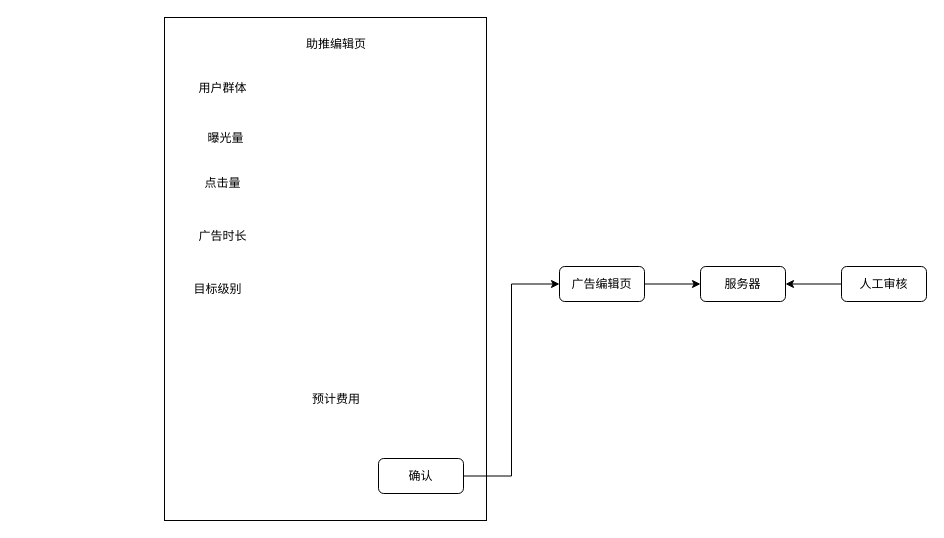
This is page "Page-2" (2 of 11) of 第三方广告.drawio from cangwang/news, a draw.io file, before an edit. Source tidied: cells renumbered, new cells numbered last; positions are measured from the earlier drawing's top-left corner, leaving out a move shared by most shapes. Both pictures are drawn from the tidied source at 100%, with x=0, y=0 at pixel (164, 17).
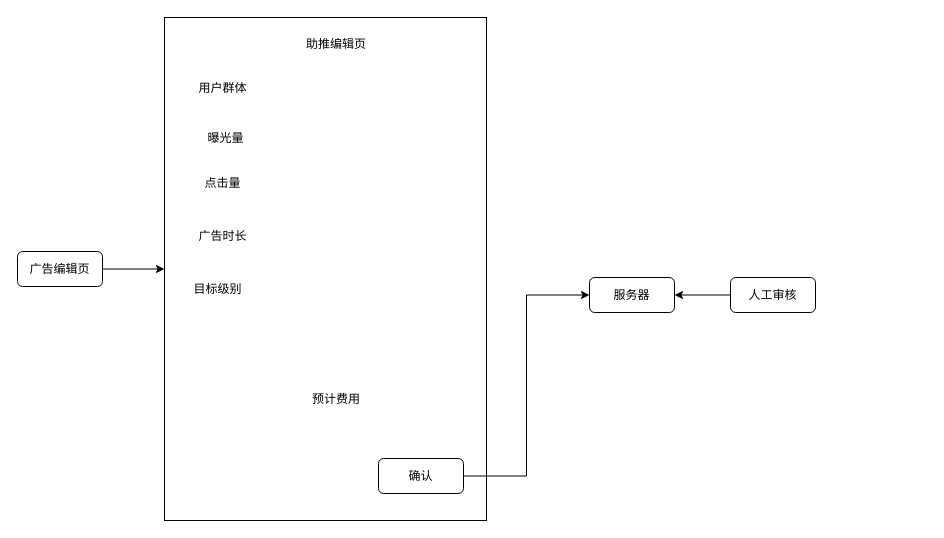
After the change.

The edit, as a diff of the source:
```diff
@@
 <mxGraphModel>
   <root>
     <mxCell id="0" />
     <mxCell id="1" parent="0" />
     <mxCell id="2" style="rounded=0;whiteSpace=wrap;html=1;" parent="1" vertex="1">
       <mxGeometry width="322" height="503" as="geometry" />
     </mxCell>
     <mxCell id="3" value="用户群体" style="text;html=1;strokeColor=none;fillColor=none;align=center;verticalAlign=middle;whiteSpace=wrap;rounded=0;" parent="1" vertex="1">
       <mxGeometry x="24" y="61" width="69" height="20" as="geometry" />
     </mxCell>
     <mxCell id="4" value="助推编辑页" style="text;html=1;strokeColor=none;fillColor=none;align=center;verticalAlign=middle;whiteSpace=wrap;rounded=0;" parent="1" vertex="1">
       <mxGeometry x="130" y="17" width="84" height="20" as="geometry" />
     </mxCell>
     <mxCell id="5" value="曝光量" style="text;html=1;strokeColor=none;fillColor=none;align=center;verticalAlign=middle;whiteSpace=wrap;rounded=0;" parent="1" vertex="1">
       <mxGeometry x="27" y="111" width="69" height="20" as="geometry" />
     </mxCell>
     <mxCell id="6" value="点击量" style="text;html=1;strokeColor=none;fillColor=none;align=center;verticalAlign=middle;whiteSpace=wrap;rounded=0;" parent="1" vertex="1">
       <mxGeometry x="24" y="156" width="69" height="20" as="geometry" />
     </mxCell>
     <mxCell id="7" value="广告时长" style="text;html=1;strokeColor=none;fillColor=none;align=center;verticalAlign=middle;whiteSpace=wrap;rounded=0;" parent="1" vertex="1">
       <mxGeometry x="24" y="209" width="69" height="20" as="geometry" />
     </mxCell>
     <mxCell id="8" value="目标级别" style="text;html=1;strokeColor=none;fillColor=none;align=center;verticalAlign=middle;whiteSpace=wrap;rounded=0;" parent="1" vertex="1">
       <mxGeometry x="19" y="262" width="69" height="20" as="geometry" />
     </mxCell>
-    <mxCell id="9" style="edgeStyle=orthogonalEdgeStyle;rounded=0;jettySize=auto;html=1;exitX=1;exitY=0.5;exitDx=0;exitDy=0;entryX=0;entryY=0.5;entryDx=0;entryDy=0;" parent="1" edge="1" source="10" target="16">
-      <mxGeometry relative="1" as="geometry" />
-    </mxCell>
+    <mxCell id="17" style="edgeStyle=orthogonalEdgeStyle;rounded=0;jettySize=auto;html=1;exitX=1;exitY=0.5;exitDx=0;exitDy=0;entryX=0;entryY=0.5;entryDx=0;entryDy=0;" parent="1" edge="1" source="10" target="11">
+      <mxGeometry relative="1" as="geometry" />
+    </mxCell>
     <mxCell id="10" value="确认" style="rounded=1;whiteSpace=wrap;html=1;" parent="1" vertex="1">
       <mxGeometry x="214" y="441" width="85" height="35" as="geometry" />
     </mxCell>
     <mxCell id="11" value="服务器" style="rounded=1;whiteSpace=wrap;html=1;" parent="1" vertex="1">
-      <mxGeometry x="536" y="249" width="85" height="35" as="geometry" />
+      <mxGeometry x="425" y="260" width="85" height="35" as="geometry" />
     </mxCell>
     <mxCell id="12" style="edgeStyle=orthogonalEdgeStyle;rounded=0;jettySize=auto;html=1;exitX=0;exitY=0.5;exitDx=0;exitDy=0;" parent="1" edge="1" source="13" target="11">
       <mxGeometry relative="1" as="geometry" />
     </mxCell>
     <mxCell id="13" value="人工审核" style="rounded=1;whiteSpace=wrap;html=1;" parent="1" vertex="1">
-      <mxGeometry x="677" y="249" width="85" height="35" as="geometry" />
+      <mxGeometry x="566" y="260" width="85" height="35" as="geometry" />
     </mxCell>
     <mxCell id="14" value="预计费用" style="text;html=1;strokeColor=none;fillColor=none;align=center;verticalAlign=middle;whiteSpace=wrap;rounded=0;" parent="1" vertex="1">
       <mxGeometry x="134" y="372" width="76" height="20" as="geometry" />
     </mxCell>
-    <mxCell id="15" style="edgeStyle=orthogonalEdgeStyle;rounded=0;jettySize=auto;html=1;exitX=1;exitY=0.5;exitDx=0;exitDy=0;" parent="1" edge="1" source="16" target="11">
-      <mxGeometry relative="1" as="geometry" />
-    </mxCell>
+    <mxCell id="18" style="edgeStyle=orthogonalEdgeStyle;rounded=0;jettySize=auto;html=1;exitX=1;exitY=0.5;exitDx=0;exitDy=0;" parent="1" edge="1" source="16" target="2">
+      <mxGeometry relative="1" as="geometry" />
+    </mxCell>
     <mxCell id="16" value="广告编辑页" style="rounded=1;whiteSpace=wrap;html=1;" parent="1" vertex="1">
-      <mxGeometry x="395" y="249" width="85" height="35" as="geometry" />
+      <mxGeometry x="-147" y="234" width="85" height="35" as="geometry" />
     </mxCell>
   </root>
 </mxGraphModel>
```
